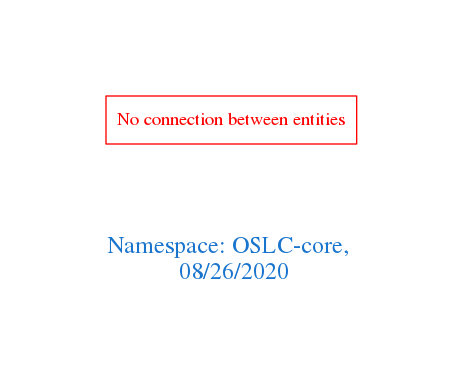
Before: downloads/OSLC-core.png, a diagram exported from Graphviz (arago/OGIT). Its source is kept beside it as downloads/OSLC-core.dot.
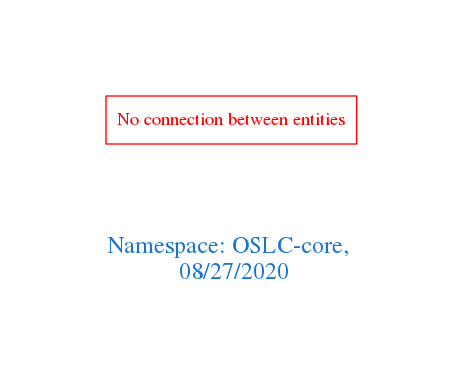
The same file after the commit.

Diff of the diagram source:
```diff
@@ -1,7 +1,7 @@
 digraph OGIT_ontology {
  graph [ rankdir= LR,pad=1
 fontsize = 18,
-fontcolor= dodgerblue3,label = "\n\n\nNamespace: OSLC-core, \n 08/26/2020"];
+fontcolor= dodgerblue3,label = "\n\n\nNamespace: OSLC-core, \n 08/27/2020"];
 node[shape=polygon];
 edge [  color="gray81"];
 
```
